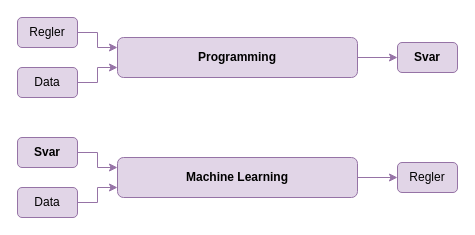
The draw.io diagram programming-vs-ml.drawio in Magniswerfer/drawio, before the edit. Source tidied: cells renumbered, new cells numbered last; positions are measured from the earlier drawing's top-left corner, leaving out a move shared by most shapes. Both pictures are drawn from the tidied source at 100%, with x=0, y=0 at pixel (17, 17).
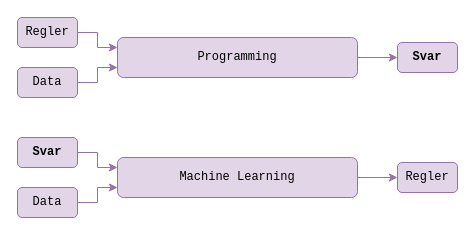
After the change.

The edit, as a diff of the source:
```diff
@@
 <mxGraphModel>
   <root>
     <mxCell id="0" />
     <mxCell id="1" parent="0" />
-    <mxCell id="2" style="edgeStyle=orthogonalEdgeStyle;rounded=0;jettySize=auto;html=1;entryX=0;entryY=0.25;entryDx=0;entryDy=0;fillColor=#e1d5e7;strokeColor=#9673a6;" parent="1" edge="1" source="3" target="11">
+    <mxCell id="2" style="edgeStyle=orthogonalEdgeStyle;rounded=0;jettySize=auto;html=1;entryX=0;entryY=0.25;entryDx=0;entryDy=0;fillColor=#e1d5e7;strokeColor=#9673a6;fontFamily=Courier New;" parent="1" edge="1" source="3" target="11">
       <mxGeometry relative="1" as="geometry" />
     </mxCell>
-    <mxCell id="3" value="Regler" style="text;strokeColor=#9673a6;align=center;fillColor=#e1d5e7;html=1;verticalAlign=middle;whiteSpace=wrap;rounded=1;" parent="1" vertex="1">
+    <mxCell id="3" value="Regler" style="text;strokeColor=#9673a6;align=center;fillColor=#e1d5e7;html=1;verticalAlign=middle;whiteSpace=wrap;rounded=1;fontFamily=Courier New;" parent="1" vertex="1">
       <mxGeometry width="60" height="30" as="geometry" />
     </mxCell>
-    <mxCell id="4" style="edgeStyle=orthogonalEdgeStyle;rounded=0;jettySize=auto;html=1;entryX=0;entryY=0.75;entryDx=0;entryDy=0;fillColor=#e1d5e7;strokeColor=#9673a6;" parent="1" edge="1" source="5" target="11">
+    <mxCell id="4" style="edgeStyle=orthogonalEdgeStyle;rounded=0;jettySize=auto;html=1;entryX=0;entryY=0.75;entryDx=0;entryDy=0;fillColor=#e1d5e7;strokeColor=#9673a6;fontFamily=Courier New;" parent="1" edge="1" source="5" target="11">
       <mxGeometry relative="1" as="geometry" />
     </mxCell>
-    <mxCell id="5" value="Data" style="text;strokeColor=#9673a6;align=center;fillColor=#e1d5e7;html=1;verticalAlign=middle;whiteSpace=wrap;rounded=1;" parent="1" vertex="1">
+    <mxCell id="5" value="Data" style="text;strokeColor=#9673a6;align=center;fillColor=#e1d5e7;html=1;verticalAlign=middle;whiteSpace=wrap;rounded=1;fontFamily=Courier New;" parent="1" vertex="1">
       <mxGeometry y="50" width="60" height="30" as="geometry" />
     </mxCell>
-    <mxCell id="6" style="edgeStyle=orthogonalEdgeStyle;rounded=0;jettySize=auto;html=1;entryX=0;entryY=0.25;entryDx=0;entryDy=0;fillColor=#e1d5e7;strokeColor=#9673a6;" parent="1" edge="1" source="7" target="13">
+    <mxCell id="6" style="edgeStyle=orthogonalEdgeStyle;rounded=0;jettySize=auto;html=1;entryX=0;entryY=0.25;entryDx=0;entryDy=0;fillColor=#e1d5e7;strokeColor=#9673a6;fontFamily=Courier New;" parent="1" edge="1" source="7" target="13">
       <mxGeometry relative="1" as="geometry" />
     </mxCell>
-    <mxCell id="7" value="&lt;b&gt;Svar&lt;/b&gt;" style="text;strokeColor=#9673a6;align=center;fillColor=#e1d5e7;html=1;verticalAlign=middle;whiteSpace=wrap;rounded=1;" parent="1" vertex="1">
+    <mxCell id="7" value="&lt;b&gt;Svar&lt;/b&gt;" style="text;strokeColor=#9673a6;align=center;fillColor=#e1d5e7;html=1;verticalAlign=middle;whiteSpace=wrap;rounded=1;fontFamily=Courier New;" parent="1" vertex="1">
       <mxGeometry y="120" width="60" height="30" as="geometry" />
     </mxCell>
-    <mxCell id="8" style="edgeStyle=orthogonalEdgeStyle;rounded=0;jettySize=auto;html=1;entryX=0;entryY=0.75;entryDx=0;entryDy=0;fillColor=#e1d5e7;strokeColor=#9673a6;" parent="1" edge="1" source="9" target="13">
+    <mxCell id="8" style="edgeStyle=orthogonalEdgeStyle;rounded=0;jettySize=auto;html=1;entryX=0;entryY=0.75;entryDx=0;entryDy=0;fillColor=#e1d5e7;strokeColor=#9673a6;fontFamily=Courier New;" parent="1" edge="1" source="9" target="13">
       <mxGeometry relative="1" as="geometry" />
     </mxCell>
-    <mxCell id="9" value="Data" style="text;strokeColor=#9673a6;align=center;fillColor=#e1d5e7;html=1;verticalAlign=middle;whiteSpace=wrap;rounded=1;" parent="1" vertex="1">
+    <mxCell id="9" value="Data" style="text;strokeColor=#9673a6;align=center;fillColor=#e1d5e7;html=1;verticalAlign=middle;whiteSpace=wrap;rounded=1;fontFamily=Courier New;" parent="1" vertex="1">
       <mxGeometry y="170" width="60" height="30" as="geometry" />
     </mxCell>
-    <mxCell id="10" style="edgeStyle=orthogonalEdgeStyle;rounded=0;jettySize=auto;html=1;entryX=0;entryY=0.5;entryDx=0;entryDy=0;fillColor=#e1d5e7;strokeColor=#9673a6;" parent="1" edge="1" source="11" target="14">
+    <mxCell id="10" style="edgeStyle=orthogonalEdgeStyle;rounded=0;jettySize=auto;html=1;entryX=0;entryY=0.5;entryDx=0;entryDy=0;fillColor=#e1d5e7;strokeColor=#9673a6;fontFamily=Courier New;" parent="1" edge="1" source="11" target="14">
       <mxGeometry relative="1" as="geometry" />
     </mxCell>
-    <mxCell id="11" value="&lt;b&gt;Programming&lt;/b&gt;" style="text;strokeColor=#9673a6;align=center;fillColor=#e1d5e7;html=1;verticalAlign=middle;whiteSpace=wrap;rounded=1;" parent="1" vertex="1">
+    <mxCell id="11" value="Programming" style="text;strokeColor=#9673a6;align=center;fillColor=#e1d5e7;html=1;verticalAlign=middle;whiteSpace=wrap;rounded=1;fontFamily=Courier New;" parent="1" vertex="1">
       <mxGeometry x="100" y="20" width="240" height="40" as="geometry" />
     </mxCell>
-    <mxCell id="12" style="edgeStyle=orthogonalEdgeStyle;rounded=0;jettySize=auto;html=1;entryX=0;entryY=0.5;entryDx=0;entryDy=0;fillColor=#e1d5e7;strokeColor=#9673a6;" parent="1" edge="1" source="13" target="15">
+    <mxCell id="12" style="edgeStyle=orthogonalEdgeStyle;rounded=0;jettySize=auto;html=1;entryX=0;entryY=0.5;entryDx=0;entryDy=0;fillColor=#e1d5e7;strokeColor=#9673a6;fontFamily=Courier New;" parent="1" edge="1" source="13" target="15">
       <mxGeometry relative="1" as="geometry" />
     </mxCell>
-    <mxCell id="13" value="&lt;b&gt;Machine Learning&lt;br&gt;&lt;/b&gt;" style="text;strokeColor=#9673a6;align=center;fillColor=#e1d5e7;html=1;verticalAlign=middle;whiteSpace=wrap;rounded=1;" parent="1" vertex="1">
+    <mxCell id="13" value="Machine Learning" style="text;strokeColor=#9673a6;align=center;fillColor=#e1d5e7;html=1;verticalAlign=middle;whiteSpace=wrap;rounded=1;fontFamily=Courier New;" parent="1" vertex="1">
       <mxGeometry x="100" y="140" width="240" height="40" as="geometry" />
     </mxCell>
-    <mxCell id="14" value="&lt;b&gt;Svar&lt;/b&gt;" style="text;strokeColor=#9673a6;align=center;fillColor=#e1d5e7;html=1;verticalAlign=middle;whiteSpace=wrap;rounded=1;" parent="1" vertex="1">
+    <mxCell id="14" value="&lt;b&gt;Svar&lt;/b&gt;" style="text;strokeColor=#9673a6;align=center;fillColor=#e1d5e7;html=1;verticalAlign=middle;whiteSpace=wrap;rounded=1;fontFamily=Courier New;" parent="1" vertex="1">
       <mxGeometry x="380" y="25" width="60" height="30" as="geometry" />
     </mxCell>
-    <mxCell id="15" value="Regler" style="text;strokeColor=#9673a6;align=center;fillColor=#e1d5e7;html=1;verticalAlign=middle;whiteSpace=wrap;rounded=1;" parent="1" vertex="1">
+    <mxCell id="15" value="Regler" style="text;strokeColor=#9673a6;align=center;fillColor=#e1d5e7;html=1;verticalAlign=middle;whiteSpace=wrap;rounded=1;fontFamily=Courier New;" parent="1" vertex="1">
       <mxGeometry x="380" y="145" width="60" height="30" as="geometry" />
     </mxCell>
   </root>
 </mxGraphModel>
```
